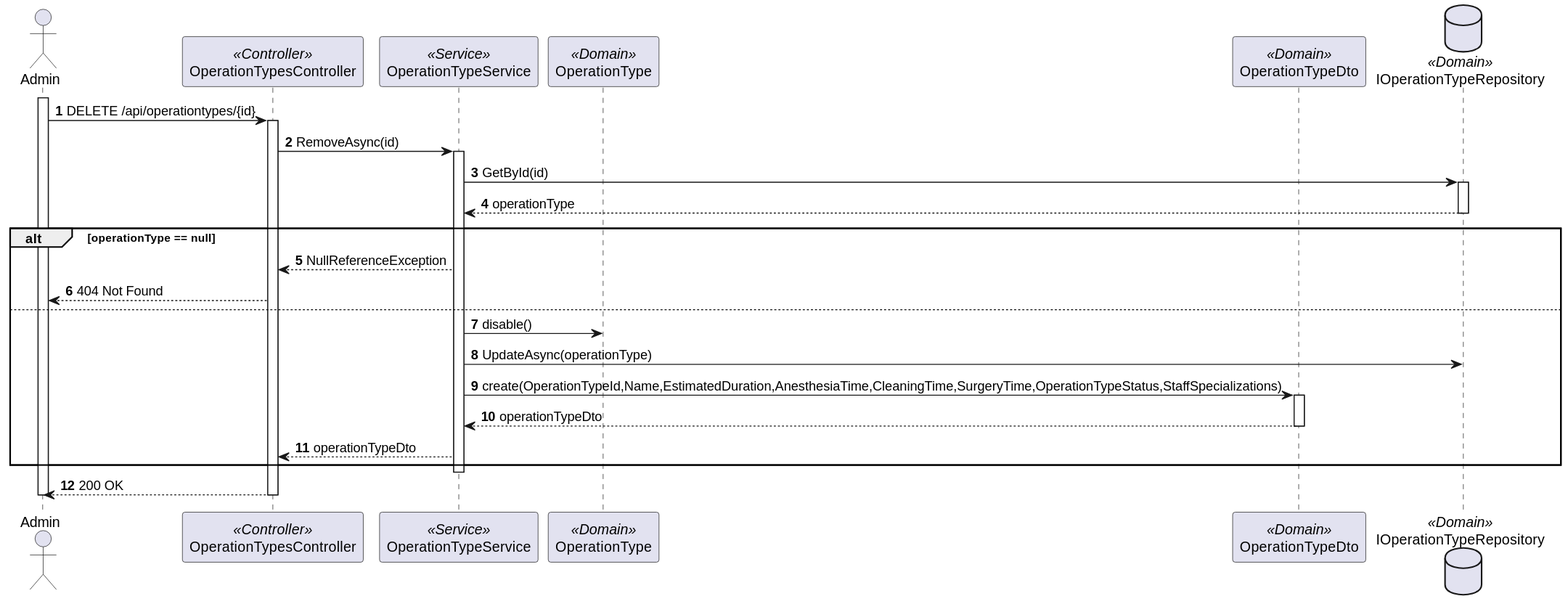
Before: docs/sprint-a/us-5.1.22/views/level3/process-view-2.svg, a diagram exported from PlantUML (1220846/sem5pi-24-25-3ddg20).
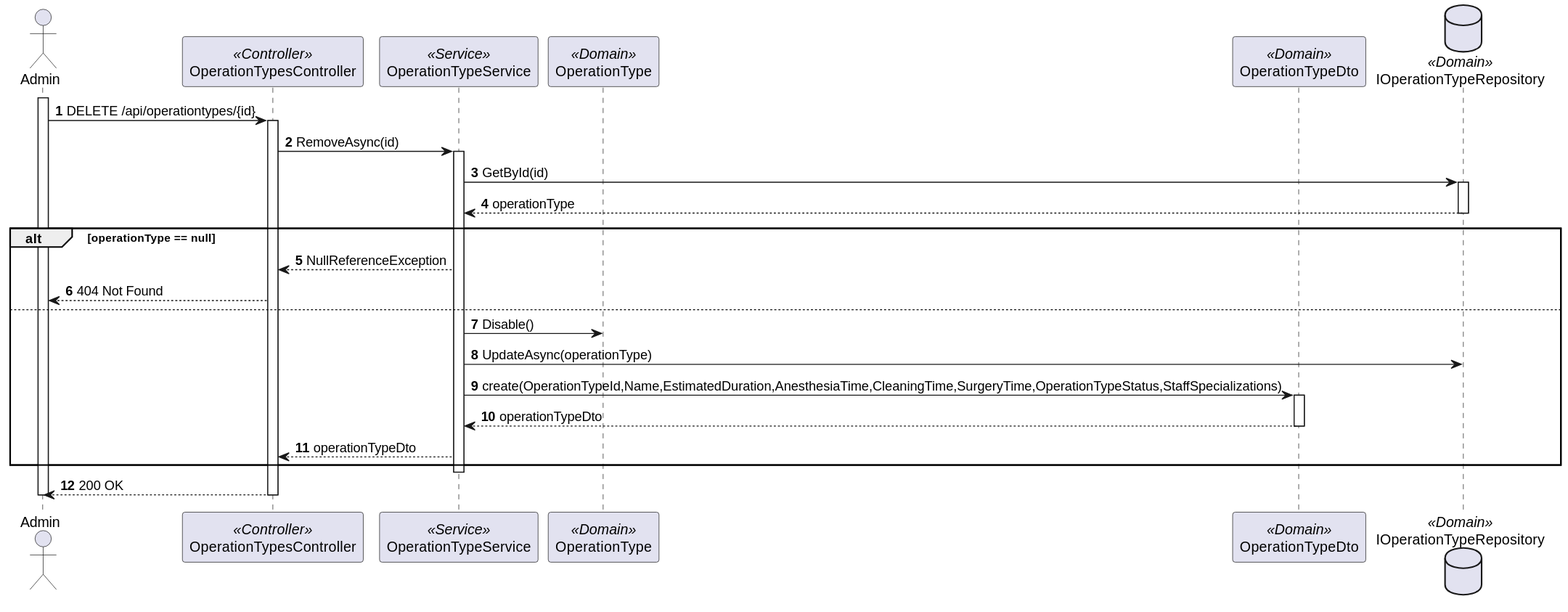
The same file after the commit.

Change to the diagram source:
```diff
@@ -33,7 +33,7 @@
 
             else
 
-            Service  -> OperationType : disable()
+            Service  -> OperationType : Disable()
 
             Service -> Repository : UpdateAsync(operationType)
 
```
